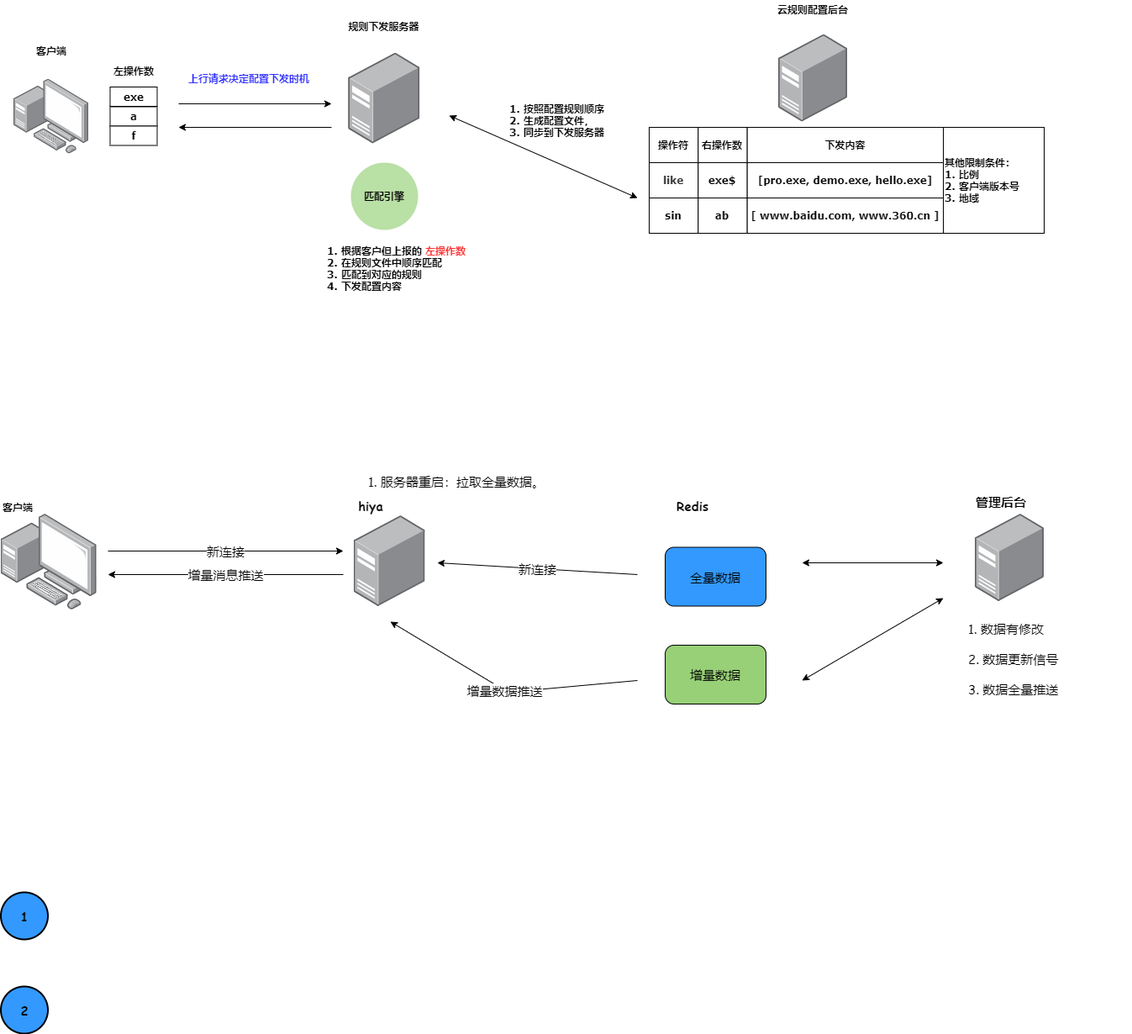
aizsfgk/cdn keeps this draw.io diagram as net/Untitled Diagram.png. Above is the earlier version. Source tidied: cells renumbered, new cells last; positions are measured from the earlier drawing's top-left corner, leaving out a move shared by most shapes.
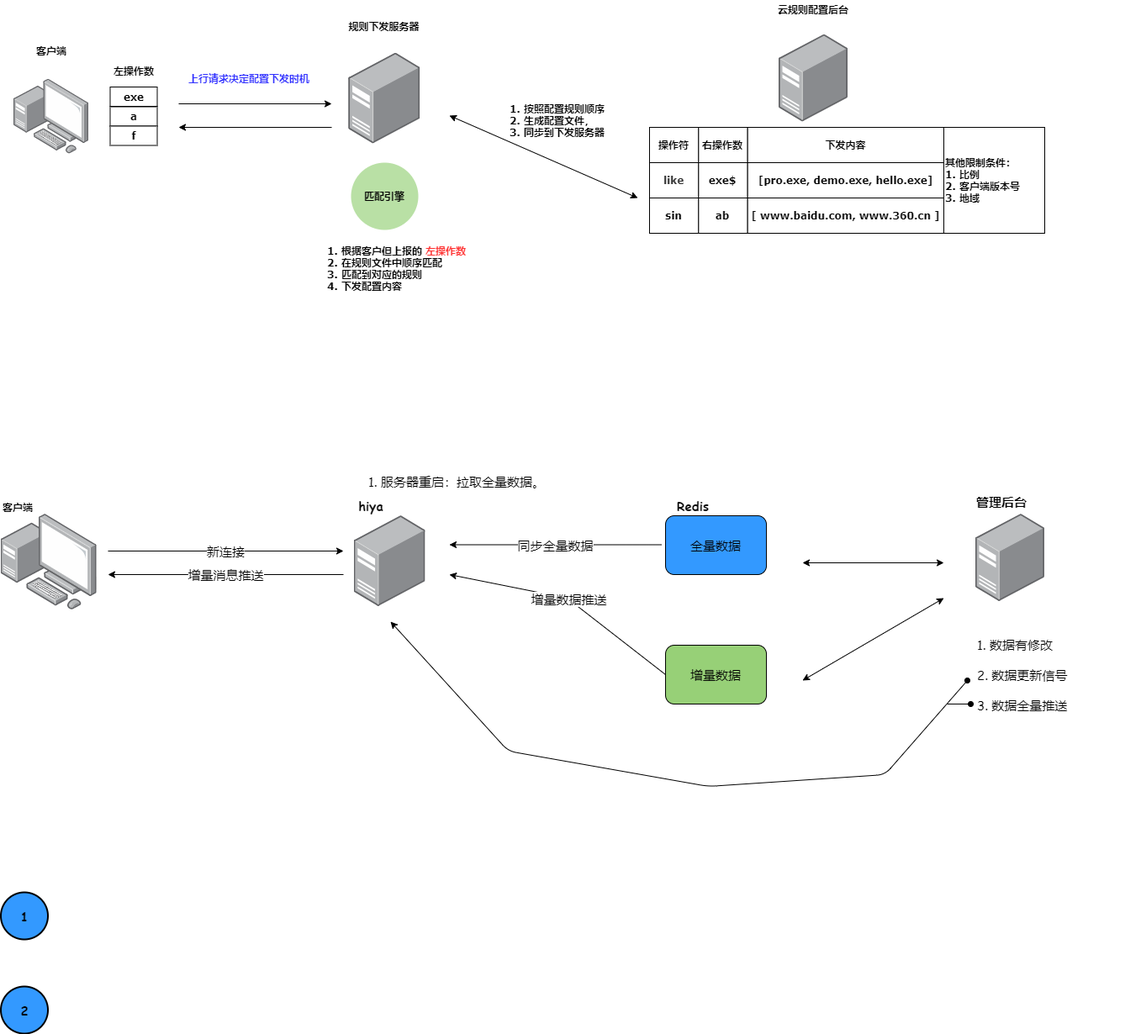
Above is the later version.

What changed in the source:
```diff
@@ -117,7 +117,7 @@
       <mxGeometry x="420.5" y="590" width="40" height="20" as="geometry" />
     </mxCell>
     <mxCell id="37" value="全量数据" style="rounded=1;whiteSpace=wrap;html=1;labelBackgroundColor=none;fontFamily=Comic Sans MS;fontSize=15;fillColor=#3399FF;" parent="1" vertex="1">
-      <mxGeometry x="791" y="649.5" width="120" height="70" as="geometry" />
+      <mxGeometry x="791" y="612" width="120" height="70" as="geometry" />
     </mxCell>
     <mxCell id="38" value="增量数据" style="rounded=1;whiteSpace=wrap;html=1;labelBackgroundColor=none;fontFamily=Comic Sans MS;fontSize=15;fillColor=#97D077;" parent="1" vertex="1">
       <mxGeometry x="791" y="766" width="120" height="70" as="geometry" />
@@ -128,10 +128,10 @@
         <mxPoint x="408" y="654" as="targetPoint" />
       </mxGeometry>
     </mxCell>
-    <mxCell id="40" value="新连接" style="endArrow=classic;html=1;fontFamily=Comic Sans MS;fontSize=15;" parent="1" edge="1">
+    <mxCell id="40" value="同步全量数据" style="endArrow=classic;html=1;fontFamily=Comic Sans MS;fontSize=15;" parent="1" edge="1">
       <mxGeometry relative="1" as="geometry">
-        <mxPoint x="758" y="682" as="sourcePoint" />
-        <mxPoint x="520" y="668" as="targetPoint" />
+        <mxPoint x="786" y="646.5" as="sourcePoint" />
+        <mxPoint x="534" y="646.5" as="targetPoint" />
       </mxGeometry>
     </mxCell>
     <mxCell id="41" style="html=1;align=center;shadow=0;dashed=0;image;image=img/lib/allied_telesis/computer_and_terminals/Server_Desktop.svg;fontFamily=Verdana;fontStyle=1;" parent="1" vertex="1">
@@ -147,7 +147,7 @@
       </mxGeometry>
     </mxCell>
     <mxCell id="44" value="1. 数据有修改&lt;br&gt;&lt;br&gt;2. 数据更新信号&lt;br&gt;&lt;br&gt;3. 数据全量推送" style="text;html=1;strokeColor=none;fillColor=none;align=left;verticalAlign=middle;whiteSpace=wrap;rounded=0;labelBackgroundColor=none;fontFamily=Comic Sans MS;fontSize=15;" parent="1" vertex="1">
-      <mxGeometry x="1150" y="728" width="196" height="108" as="geometry" />
+      <mxGeometry x="1160" y="747" width="196" height="108" as="geometry" />
     </mxCell>
     <mxCell id="45" value="1. 服务器重启：拉取全量数据。&lt;br&gt;" style="text;html=1;strokeColor=none;fillColor=none;align=left;verticalAlign=middle;whiteSpace=wrap;rounded=0;labelBackgroundColor=none;fontFamily=Comic Sans MS;fontSize=15;" parent="1" vertex="1">
       <mxGeometry x="436" y="552" width="215" height="38" as="geometry" />
@@ -167,12 +167,11 @@
         <mxPoint x="1122" y="710" as="targetPoint" />
       </mxGeometry>
     </mxCell>
-    <mxCell id="50" value="增量数据推送" style="endArrow=classic;html=1;fontFamily=Comic Sans MS;fontSize=15;" parent="1" edge="1">
+    <mxCell id="50" value="增量数据推送" style="endArrow=classic;html=1;fontFamily=Comic Sans MS;fontSize=15;exitX=0;exitY=0.5;exitDx=0;exitDy=0;" parent="1" edge="1" source="38">
       <mxGeometry relative="1" as="geometry">
-        <mxPoint x="758" y="808" as="sourcePoint" />
-        <mxPoint x="464" y="738" as="targetPoint" />
+        <mxPoint x="534" y="682" as="targetPoint" />
         <Array as="points">
-          <mxPoint x="604" y="822" />
+          <mxPoint x="674" y="710" />
         </Array>
       </mxGeometry>
     </mxCell>
@@ -182,5 +181,22 @@
         <mxPoint x="128" y="682" as="targetPoint" />
       </mxGeometry>
     </mxCell>
+    <mxCell id="52" style="endArrow=oval;startArrow=classic;html=1;fontFamily=Comic Sans MS;fontSize=15;endFill=1;" parent="1" edge="1">
+      <mxGeometry relative="1" as="geometry">
+        <mxPoint x="464" y="738" as="sourcePoint" />
+        <mxPoint x="1150" y="808" as="targetPoint" />
+        <Array as="points">
+          <mxPoint x="604" y="892" />
+          <mxPoint x="842" y="934" />
+          <mxPoint x="1052" y="920" />
+        </Array>
+      </mxGeometry>
+    </mxCell>
+    <mxCell id="53" style="endArrow=oval;html=1;fontFamily=Comic Sans MS;fontSize=15;endFill=1;" parent="1" edge="1">
+      <mxGeometry relative="1" as="geometry">
+        <mxPoint x="1126" y="836" as="sourcePoint" />
+        <mxPoint x="1154" y="836" as="targetPoint" />
+      </mxGeometry>
+    </mxCell>
   </root>
 </mxGraphModel>
```
